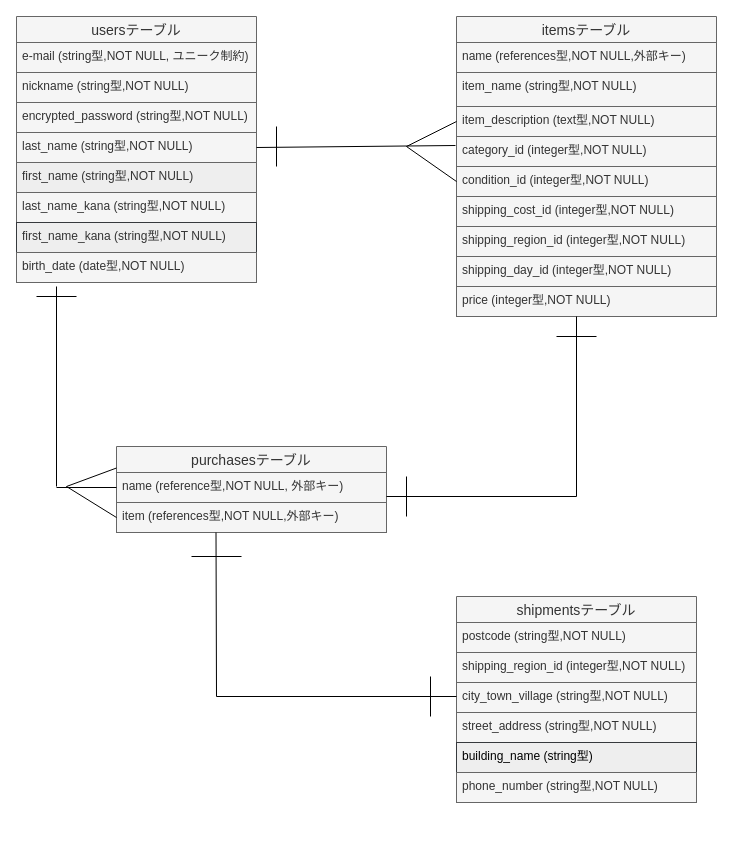
The draw.io diagram er.dio in BR9-2020/furima-39597, before the edit. Source tidied: cells renumbered, new cells numbered last; positions are measured from the earlier drawing's top-left corner, leaving out a move shared by most shapes. Both pictures are drawn from the tidied source at 100%, with x=0, y=0 at pixel (16, 16).
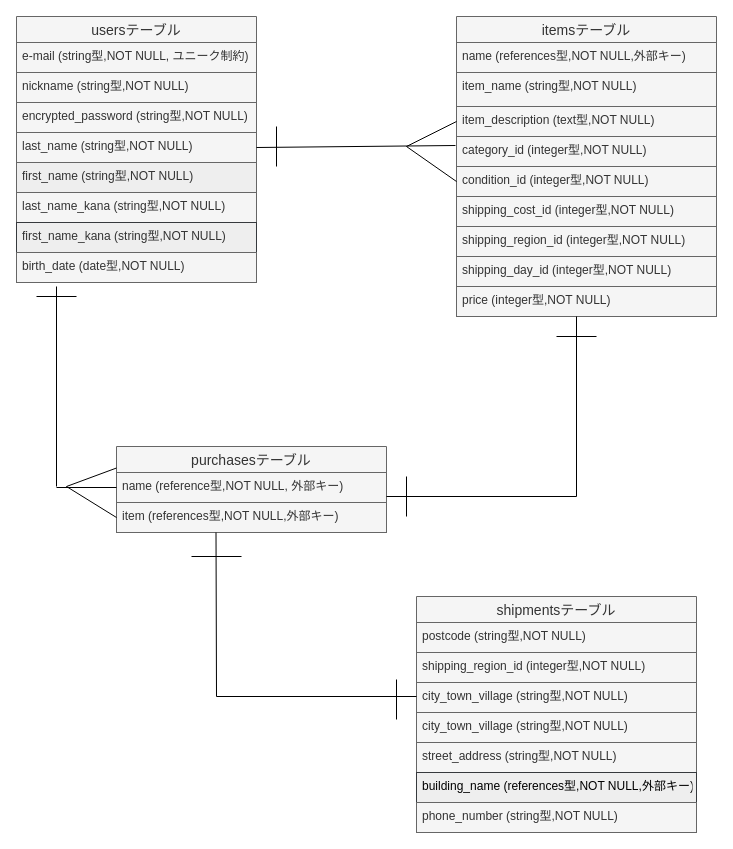
After the change.

What changed in the source:
```diff
@@
     <mxCell id="24" value="shipmentsテーブル" style="swimlane;fontStyle=0;horizontal=1;startSize=26;align=center;fontSize=14;fillColor=#f5f5f5;fontColor=#333333;strokeColor=#666666;" parent="1" vertex="1">
-      <mxGeometry x="440" y="580" width="240" height="206" as="geometry" />
+      <mxGeometry x="400" y="580" width="280" height="236" as="geometry" />
     </mxCell>
     <mxCell id="25" value="postcode (string型,NOT NULL)" style="text;strokeColor=#666666;fillColor=#f5f5f5;spacingLeft=4;spacingRight=4;overflow=hidden;fontSize=12;fontColor=#333333;" parent="24" vertex="1">
-      <mxGeometry y="26" width="240" height="30" as="geometry" />
+      <mxGeometry y="26" width="280" height="30" as="geometry" />
     </mxCell>
     <mxCell id="26" value="shipping_region_id (integer型,NOT NULL)" style="text;strokeColor=#666666;fillColor=#f5f5f5;spacingLeft=4;spacingRight=4;overflow=hidden;fontSize=12;fontColor=#333333;" parent="24" vertex="1">
-      <mxGeometry y="56" width="240" height="30" as="geometry" />
+      <mxGeometry y="56" width="280" height="30" as="geometry" />
     </mxCell>
+    <mxCell id="48" value="city_town_village (string型,NOT NULL)" style="text;strokeColor=#666666;fillColor=#f5f5f5;spacingLeft=4;spacingRight=4;overflow=hidden;fontSize=12;fontColor=#333333;" parent="24" vertex="1">
+      <mxGeometry y="86" width="280" height="30" as="geometry" />
+    </mxCell>
     <mxCell id="27" value="city_town_village (string型,NOT NULL)" style="text;strokeColor=#666666;fillColor=#f5f5f5;spacingLeft=4;spacingRight=4;overflow=hidden;fontSize=12;fontColor=#333333;" parent="24" vertex="1">
-      <mxGeometry y="86" width="240" height="30" as="geometry" />
+      <mxGeometry y="116" width="280" height="30" as="geometry" />
     </mxCell>
     <mxCell id="28" value="street_address (string型,NOT NULL)" style="text;strokeColor=#666666;fillColor=#f5f5f5;spacingLeft=4;spacingRight=4;overflow=hidden;fontSize=12;fontColor=#333333;" parent="24" vertex="1">
-      <mxGeometry y="116" width="240" height="30" as="geometry" />
+      <mxGeometry y="146" width="280" height="30" as="geometry" />
     </mxCell>
-    <mxCell id="29" value="building_name (string型)" style="text;strokeColor=#36393d;fillColor=#eeeeee;spacingLeft=4;spacingRight=4;overflow=hidden;fontSize=12;fontColor=#000000;" parent="24" vertex="1">
-      <mxGeometry y="146" width="240" height="30" as="geometry" />
+    <mxCell id="29" value="building_name (references型,NOT NULL,外部キー)" style="text;strokeColor=#36393d;fillColor=#eeeeee;spacingLeft=4;spacingRight=4;overflow=hidden;fontSize=12;fontColor=#000000;" parent="24" vertex="1">
+      <mxGeometry y="176" width="280" height="30" as="geometry" />
     </mxCell>
     <mxCell id="30" value="phone_number (string型,NOT NULL)" style="text;strokeColor=#666666;fillColor=#f5f5f5;spacingLeft=4;spacingRight=4;overflow=hidden;fontSize=12;fontColor=#333333;" parent="24" vertex="1">
-      <mxGeometry y="176" width="240" height="30" as="geometry" />
+      <mxGeometry y="206" width="280" height="30" as="geometry" />
     </mxCell>
@@
     <mxCell id="44" style="endArrow=none;html=1;rounded=0;strokeColor=default;strokeWidth=1;" parent="1" edge="1">
       <mxGeometry relative="1" as="geometry">
         <mxPoint x="200" y="680" as="sourcePoint" />
-        <mxPoint x="440" y="680" as="targetPoint" />
+        <mxPoint x="400" y="680" as="targetPoint" />
       </mxGeometry>
     </mxCell>
@@
     <mxCell id="47" style="endArrow=none;html=1;rounded=0;strokeColor=default;strokeWidth=1;" parent="1" edge="1">
       <mxGeometry relative="1" as="geometry">
-        <mxPoint x="414" y="660" as="sourcePoint" />
-        <mxPoint x="414" y="700" as="targetPoint" />
+        <mxPoint x="380" y="663" as="sourcePoint" />
+        <mxPoint x="380" y="703" as="targetPoint" />
       </mxGeometry>
     </mxCell>
```
